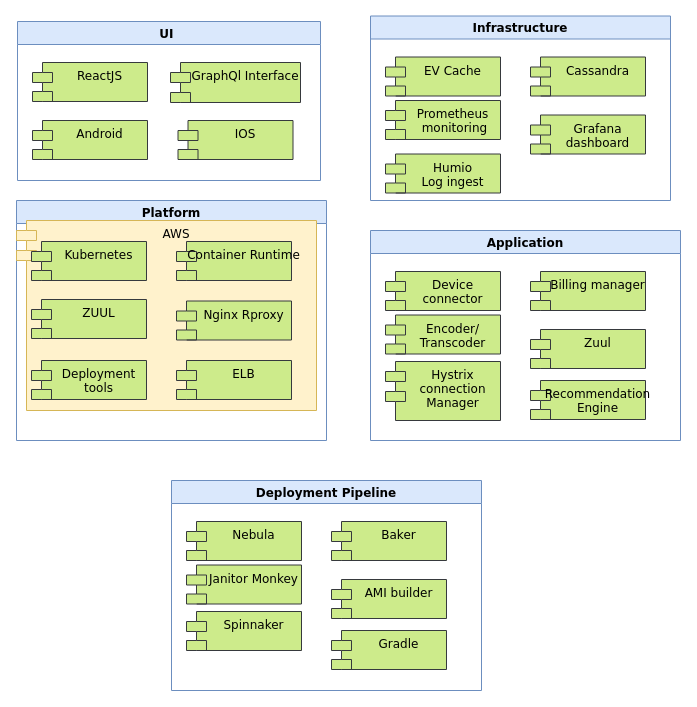
This is page "Page-9" (9 of 11) of SA assignment.drawio from Gajanana/FirstPhase, a draw.io file, before an edit. Source tidied: cells renumbered, new cells numbered last; positions are measured from the earlier drawing's top-left corner, leaving out a move shared by most shapes. Both pictures are drawn from the tidied source at 100%, with x=0, y=0 at pixel (16, 16).
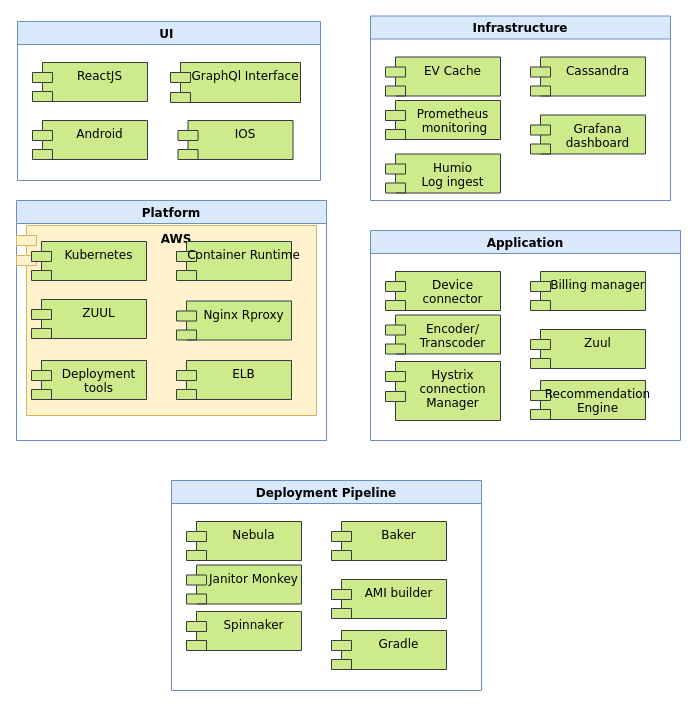
The same page after the edit.

The change refers to these unchanged cells:
```xml
<mxCell id="7" value="Platform" style="swimlane;fontFamily=Verdana;fillColor=#dae8fc;strokeColor=#6c8ebf;" parent="1" vertex="1">
  <mxGeometry y="184" width="310" height="240" as="geometry" />
</mxCell>
```

What changed in the source:
```diff
@@
-    <mxCell id="8" value="AWS" style="shape=module;align=left;spacingLeft=20;align=center;verticalAlign=top;fontFamily=Verdana;fillColor=#fff2cc;strokeColor=#d6b656;" parent="7" vertex="1">
-      <mxGeometry y="20" width="300" height="190" as="geometry" />
+    <mxCell id="8" value="AWS" style="shape=module;align=left;spacingLeft=20;align=center;verticalAlign=top;fontFamily=Verdana;fillColor=#fff2cc;strokeColor=#d6b656;fontStyle=1;" parent="7" vertex="1">
+      <mxGeometry y="25" width="300" height="190" as="geometry" />
     </mxCell>
```
